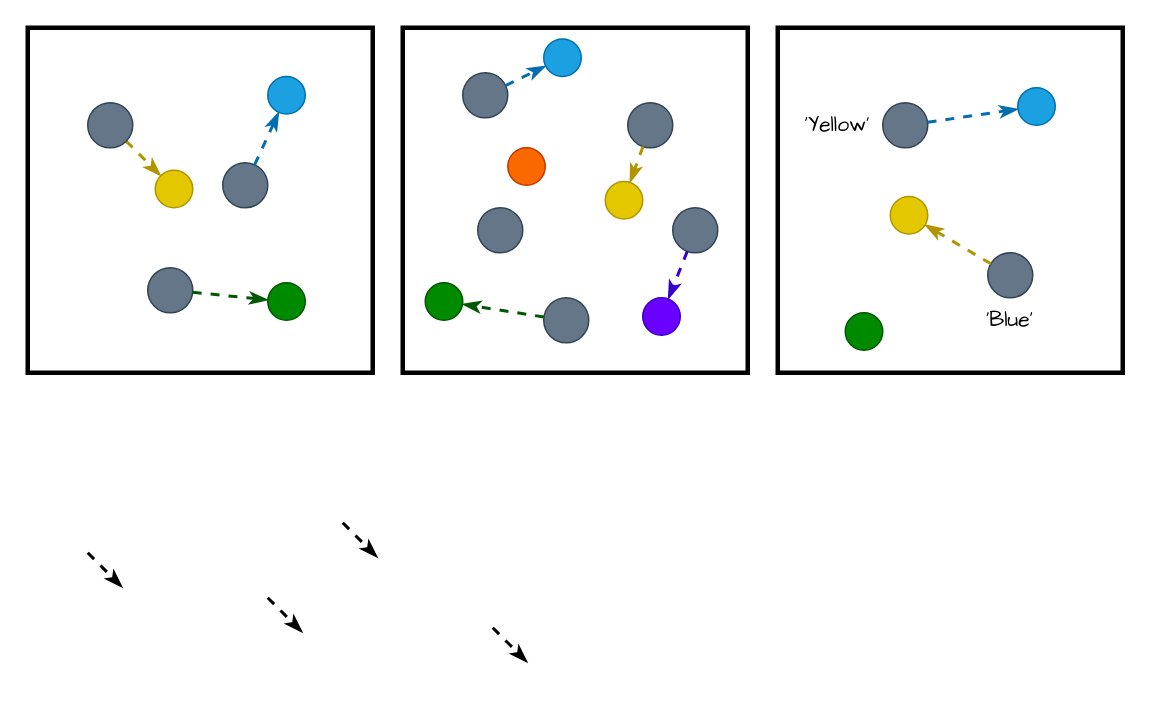
Earlier version of the draw.io diagram 未命名绘图.drawio (fan-zine/drawio). Source tidied: cells renumbered, new cells numbered last; positions are measured from the earlier drawing's top-left corner, leaving out a move shared by most shapes. Both pictures are drawn from the tidied source at 150%, with x=0, y=0 at pixel (27, 27).
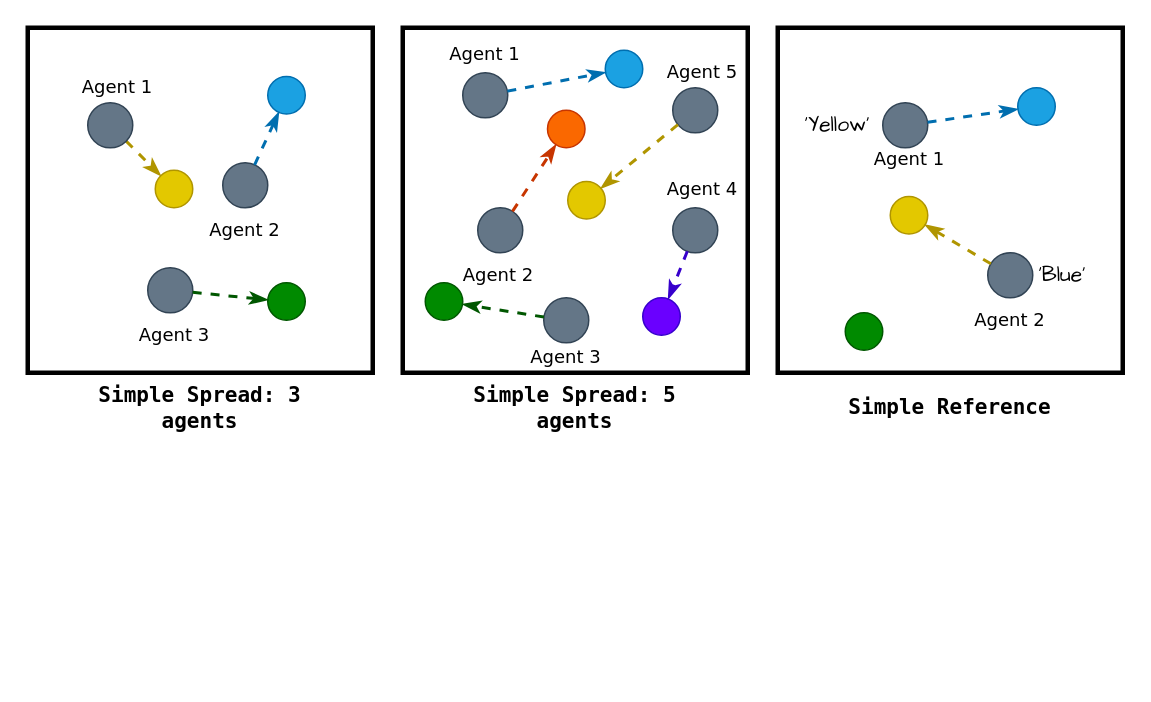
The same diagram, later.

Commit message:
更新未命名绘图.drawio

Unchanged cells that the change refers to:
```xml
<mxCell id="11" style="ellipse;whiteSpace=wrap;html=1;fillColor=#647687;fontColor=#ffffff;strokeColor=#314354;" parent="1" vertex="1">
  <mxGeometry x="300" y="120" width="30" height="30" as="geometry" />
</mxCell>
```

What changed in the source:
```diff
@@
     <mxCell id="10" style="ellipse;whiteSpace=wrap;html=1;fillColor=#647687;fontColor=#ffffff;strokeColor=#314354;" parent="1" vertex="1">
-      <mxGeometry x="400" y="50" width="30" height="30" as="geometry" />
+      <mxGeometry x="430" y="40" width="30" height="30" as="geometry" />
     </mxCell>
@@
     <mxCell id="17" style="ellipse;whiteSpace=wrap;html=1;fillColor=#1ba1e2;fontColor=#ffffff;strokeColor=#006EAF;" parent="1" vertex="1">
-      <mxGeometry x="344" y="7.5" width="25" height="25" as="geometry" />
+      <mxGeometry x="385" y="15" width="25" height="25" as="geometry" />
     </mxCell>
@@
     <mxCell id="23" style="ellipse;whiteSpace=wrap;html=1;fillColor=#e3c800;fontColor=#000000;strokeColor=#B09500;" parent="1" vertex="1">
-      <mxGeometry x="385" y="102.5" width="25" height="25" as="geometry" />
+      <mxGeometry x="360" y="102.5" width="25" height="25" as="geometry" />
     </mxCell>
@@
     <mxCell id="26" style="ellipse;whiteSpace=wrap;html=1;fillColor=#fa6800;fontColor=#000000;strokeColor=#C73500;" parent="1" vertex="1">
-      <mxGeometry x="320" y="80" width="25" height="25" as="geometry" />
+      <mxGeometry x="346.5" y="55" width="25" height="25" as="geometry" />
     </mxCell>
@@
-    <mxCell id="31" style="rounded=0;orthogonalLoop=1;jettySize=auto;html=1;exitX=1;exitY=1;exitDx=0;exitDy=0;entryX=0;entryY=0;entryDx=0;entryDy=0;dashed=1;strokeWidth=2;endArrow=classicThin;endFill=1;" parent="1" edge="1">
-      <mxGeometry relative="1" as="geometry">
-        <mxPoint x="210" y="330" as="sourcePoint" />
-        <mxPoint x="233" y="353" as="targetPoint" />
-      </mxGeometry>
-    </mxCell>
@@
-    <mxCell id="36" style="rounded=0;orthogonalLoop=1;jettySize=auto;html=1;exitX=1;exitY=1;exitDx=0;exitDy=0;entryX=0;entryY=0;entryDx=0;entryDy=0;dashed=1;strokeWidth=2;endArrow=classicThin;endFill=1;" parent="1" edge="1">
-      <mxGeometry relative="1" as="geometry">
-        <mxPoint x="310" y="400" as="sourcePoint" />
-        <mxPoint x="333" y="423" as="targetPoint" />
-      </mxGeometry>
-    </mxCell>
-    <mxCell id="37" style="rounded=0;orthogonalLoop=1;jettySize=auto;html=1;exitX=1;exitY=1;exitDx=0;exitDy=0;entryX=0;entryY=0;entryDx=0;entryDy=0;dashed=1;strokeWidth=2;endArrow=classicThin;endFill=1;" parent="1" edge="1">
-      <mxGeometry relative="1" as="geometry">
-        <mxPoint x="160" y="380" as="sourcePoint" />
-        <mxPoint x="183" y="403" as="targetPoint" />
-      </mxGeometry>
-    </mxCell>
-    <mxCell id="38" style="rounded=0;orthogonalLoop=1;jettySize=auto;html=1;exitX=1;exitY=1;exitDx=0;exitDy=0;entryX=0;entryY=0;entryDx=0;entryDy=0;dashed=1;strokeWidth=2;endArrow=classicThin;endFill=1;" parent="1" edge="1">
-      <mxGeometry relative="1" as="geometry">
-        <mxPoint x="40" y="350" as="sourcePoint" />
-        <mxPoint x="63" y="373" as="targetPoint" />
-      </mxGeometry>
+    <mxCell id="38" style="rounded=0;jettySize=auto;html=1;dashed=1;strokeWidth=2;endArrow=classicThin;endFill=1;fillColor=#fa6800;strokeColor=#C73500;" parent="1" edge="1" source="11" target="26">
+      <mxGeometry relative="1" as="geometry" />
     </mxCell>
@@
     <mxCell id="40" value="&lt;font face=&quot;Comic Sans MS&quot; style=&quot;font-size: 14px;&quot;&gt;‘Blue’&lt;/font&gt;" style="text;html=1;whiteSpace=wrap;strokeColor=none;fillColor=none;align=center;verticalAlign=middle;rounded=0;" parent="1" vertex="1">
-      <mxGeometry x="625" y="180" width="60" height="30" as="geometry" />
+      <mxGeometry x="660" y="150" width="60" height="30" as="geometry" />
     </mxCell>
+    <mxCell id="41" value="&lt;font&gt;Agent 1&lt;/font&gt;" style="text;html=1;whiteSpace=wrap;strokeColor=none;fillColor=none;align=center;verticalAlign=middle;rounded=0;fontFamily=Verdana;" parent="1" vertex="1">
+      <mxGeometry x="30" y="25" width="60" height="30" as="geometry" />
+    </mxCell>
+    <mxCell id="42" value="&lt;font&gt;Agent 2&lt;/font&gt;" style="text;html=1;whiteSpace=wrap;strokeColor=none;fillColor=none;align=center;verticalAlign=middle;rounded=0;fontFamily=Verdana;" parent="1" vertex="1">
+      <mxGeometry x="115" y="120" width="60" height="30" as="geometry" />
+    </mxCell>
+    <mxCell id="43" value="&lt;font&gt;Agent 3&lt;/font&gt;" style="text;html=1;whiteSpace=wrap;strokeColor=none;fillColor=none;align=center;verticalAlign=middle;rounded=0;fontFamily=Verdana;" parent="1" vertex="1">
+      <mxGeometry x="67.5" y="190" width="60" height="30" as="geometry" />
+    </mxCell>
+    <mxCell id="44" value="&lt;font&gt;Agent 1&lt;/font&gt;" style="text;html=1;whiteSpace=wrap;strokeColor=none;fillColor=none;align=center;verticalAlign=middle;rounded=0;fontFamily=Verdana;" parent="1" vertex="1">
+      <mxGeometry x="275" y="2.5" width="60" height="30" as="geometry" />
+    </mxCell>
+    <mxCell id="45" value="&lt;font&gt;Agent 2&lt;/font&gt;" style="text;html=1;whiteSpace=wrap;strokeColor=none;fillColor=none;align=center;verticalAlign=middle;rounded=0;fontFamily=Verdana;" parent="1" vertex="1">
+      <mxGeometry x="284" y="150" width="60" height="30" as="geometry" />
+    </mxCell>
+    <mxCell id="46" value="&lt;font&gt;Agent 5&lt;/font&gt;" style="text;html=1;whiteSpace=wrap;strokeColor=none;fillColor=none;align=center;verticalAlign=middle;rounded=0;fontFamily=Verdana;" parent="1" vertex="1">
+      <mxGeometry x="420" y="15" width="60" height="30" as="geometry" />
+    </mxCell>
+    <mxCell id="47" value="&lt;font&gt;Agent 4&lt;/font&gt;" style="text;html=1;whiteSpace=wrap;strokeColor=none;fillColor=none;align=center;verticalAlign=middle;rounded=0;fontFamily=Verdana;" parent="1" vertex="1">
+      <mxGeometry x="420" y="92.5" width="60" height="30" as="geometry" />
+    </mxCell>
+    <mxCell id="48" value="&lt;font&gt;Agent 2&lt;/font&gt;" style="text;html=1;whiteSpace=wrap;strokeColor=none;fillColor=none;align=center;verticalAlign=middle;rounded=0;fontFamily=Verdana;" parent="1" vertex="1">
+      <mxGeometry x="625" y="180" width="60" height="30" as="geometry" />
+    </mxCell>
+    <mxCell id="49" value="&lt;font&gt;Agent 1&lt;/font&gt;" style="text;html=1;whiteSpace=wrap;strokeColor=none;fillColor=none;align=center;verticalAlign=middle;rounded=0;fontFamily=Verdana;" parent="1" vertex="1">
+      <mxGeometry x="557.5" y="72.5" width="60" height="30" as="geometry" />
+    </mxCell>
+    <mxCell id="50" value="&lt;font&gt;Agent 3&lt;/font&gt;" style="text;html=1;whiteSpace=wrap;strokeColor=none;fillColor=none;align=center;verticalAlign=middle;rounded=0;fontFamily=Verdana;" parent="1" vertex="1">
+      <mxGeometry x="329" y="205" width="60" height="30" as="geometry" />
+    </mxCell>
+    <mxCell id="51" value="&lt;b&gt;&lt;font face=&quot;Lucida Console&quot;&gt;Simple Spread: 3 agents&lt;/font&gt;&lt;/b&gt;" style="text;html=1;whiteSpace=wrap;strokeColor=none;fillColor=none;align=center;verticalAlign=middle;rounded=0;fontSize=14;" parent="1" vertex="1">
+      <mxGeometry x="20" y="235" width="190" height="35" as="geometry" />
+    </mxCell>
+    <mxCell id="52" value="&lt;b&gt;&lt;font face=&quot;Lucida Console&quot;&gt;Simple Spread: 5 agents&lt;/font&gt;&lt;/b&gt;" style="text;html=1;whiteSpace=wrap;strokeColor=none;fillColor=none;align=center;verticalAlign=middle;rounded=0;fontSize=14;" parent="1" vertex="1">
+      <mxGeometry x="270" y="235" width="190" height="35" as="geometry" />
+    </mxCell>
+    <mxCell id="53" value="&lt;b&gt;&lt;font face=&quot;Lucida Console&quot;&gt;Simple Reference&lt;/font&gt;&lt;/b&gt;" style="text;html=1;whiteSpace=wrap;strokeColor=none;fillColor=none;align=center;verticalAlign=middle;rounded=0;fontSize=14;" parent="1" vertex="1">
+      <mxGeometry x="520" y="235" width="190" height="35" as="geometry" />
+    </mxCell>
```
